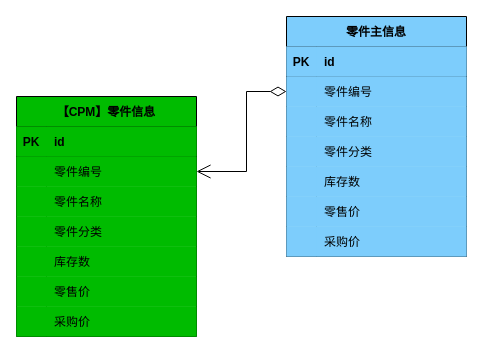
Before: page "聚合根" (4 of 4) of 零件主信息.drawio in 1132489442/gitRepository1, a draw.io diagram. Source tidied: cells renumbered, new cells numbered last; positions are measured from the earlier drawing's top-left corner, leaving out a move shared by most shapes. Both pictures are drawn from the tidied source at 100%, with x=0, y=0 at pixel (16, 16).
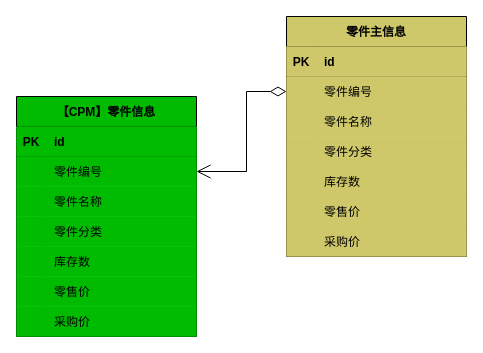
The same diagram, later.

Commit message:
更新零件主信息.drawio

The edit, as a diff of the source:
```diff
@@
-    <mxCell id="2" value="零件主信息" style="shape=table;startSize=30;childLayout=tableLayout;rowLines=0;fontStyle=1;align=center;fillColor=#7DCDFC;" parent="1" vertex="1">
+    <mxCell id="2" value="零件主信息" style="shape=table;startSize=30;childLayout=tableLayout;rowLines=0;fontStyle=1;align=center;fillColor=#CFC86B;" parent="1" vertex="1">
       <mxGeometry x="270" width="180" height="240" as="geometry" />
     </mxCell>
-    <mxCell id="3" style="shape=tableRow;horizontal=0;startSize=0;swimlaneHead=0;swimlaneBody=0;fillColor=#7DCDFC;top=0;left=0;right=0;bottom=1;" parent="2" vertex="1">
+    <mxCell id="3" style="shape=tableRow;horizontal=0;startSize=0;swimlaneHead=0;swimlaneBody=0;fillColor=#CFC86B;top=0;left=0;right=0;bottom=1;" parent="2" vertex="1">
       <mxGeometry y="30" width="180" height="30" as="geometry" />
     </mxCell>
-    <mxCell id="4" value="PK" style="shape=partialRectangle;fillColor=#7DCDFC;top=0;left=0;bottom=0;right=0;fontStyle=1;overflow=hidden;" parent="3" vertex="1">
+    <mxCell id="4" value="PK" style="shape=partialRectangle;fillColor=#CFC86B;top=0;left=0;bottom=0;right=0;fontStyle=1;overflow=hidden;" parent="3" vertex="1">
       <mxGeometry width="30" height="30" as="geometry" />
     </mxCell>
-    <mxCell id="5" value="id" style="shape=partialRectangle;fillColor=#7DCDFC;top=0;left=0;bottom=0;right=0;align=left;spacingLeft=6;fontStyle=1;overflow=hidden;" parent="3" vertex="1">
+    <mxCell id="5" value="id" style="shape=partialRectangle;fillColor=#CFC86B;top=0;left=0;bottom=0;right=0;align=left;spacingLeft=6;fontStyle=1;overflow=hidden;" parent="3" vertex="1">
       <mxGeometry x="30" width="150" height="30" as="geometry" />
     </mxCell>
-    <mxCell id="6" style="shape=tableRow;horizontal=0;startSize=0;swimlaneHead=0;swimlaneBody=0;fillColor=#7DCDFC;points=[[0,0.5],[1,0.5]];portConstraint=eastwest;top=0;left=0;right=0;bottom=0;" parent="2" vertex="1">
+    <mxCell id="6" style="shape=tableRow;horizontal=0;startSize=0;swimlaneHead=0;swimlaneBody=0;fillColor=#CFC86B;points=[[0,0.5],[1,0.5]];portConstraint=eastwest;top=0;left=0;right=0;bottom=0;" parent="2" vertex="1">
       <mxGeometry y="60" width="180" height="30" as="geometry" />
     </mxCell>
-    <mxCell id="7" style="shape=partialRectangle;fillColor=#7DCDFC;top=0;left=0;bottom=0;right=0;overflow=hidden;" parent="6" vertex="1">
+    <mxCell id="7" style="shape=partialRectangle;fillColor=#CFC86B;top=0;left=0;bottom=0;right=0;overflow=hidden;" parent="6" vertex="1">
       <mxGeometry width="30" height="30" as="geometry" />
     </mxCell>
-    <mxCell id="8" value="零件编号" style="shape=partialRectangle;fillColor=#7DCDFC;top=0;left=0;bottom=0;right=0;align=left;spacingLeft=6;overflow=hidden;" parent="6" vertex="1">
+    <mxCell id="8" value="零件编号" style="shape=partialRectangle;fillColor=#CFC86B;top=0;left=0;bottom=0;right=0;align=left;spacingLeft=6;overflow=hidden;" parent="6" vertex="1">
       <mxGeometry x="30" width="150" height="30" as="geometry" />
     </mxCell>
-    <mxCell id="9" style="shape=tableRow;horizontal=0;startSize=0;swimlaneHead=0;swimlaneBody=0;fillColor=#7DCDFC;top=0;left=0;right=0;bottom=0;" parent="2" vertex="1">
+    <mxCell id="9" style="shape=tableRow;horizontal=0;startSize=0;swimlaneHead=0;swimlaneBody=0;fillColor=#CFC86B;top=0;left=0;right=0;bottom=0;" parent="2" vertex="1">
       <mxGeometry y="90" width="180" height="30" as="geometry" />
     </mxCell>
-    <mxCell id="10" style="shape=partialRectangle;fillColor=#7DCDFC;top=0;left=0;bottom=0;right=0;overflow=hidden;" parent="9" vertex="1">
+    <mxCell id="10" style="shape=partialRectangle;fillColor=#CFC86B;top=0;left=0;bottom=0;right=0;overflow=hidden;" parent="9" vertex="1">
       <mxGeometry width="30" height="30" as="geometry" />
     </mxCell>
-    <mxCell id="11" value="零件名称    " style="shape=partialRectangle;fillColor=#7DCDFC;top=0;left=0;bottom=0;right=0;align=left;spacingLeft=6;overflow=hidden;" parent="9" vertex="1">
+    <mxCell id="11" value="零件名称    " style="shape=partialRectangle;fillColor=#CFC86B;top=0;left=0;bottom=0;right=0;align=left;spacingLeft=6;overflow=hidden;" parent="9" vertex="1">
       <mxGeometry x="30" width="150" height="30" as="geometry" />
     </mxCell>
-    <mxCell id="12" style="shape=tableRow;horizontal=0;startSize=0;swimlaneHead=0;swimlaneBody=0;fillColor=#7DCDFC;top=0;left=0;right=0;bottom=0;" parent="2" vertex="1">
+    <mxCell id="12" style="shape=tableRow;horizontal=0;startSize=0;swimlaneHead=0;swimlaneBody=0;fillColor=#CFC86B;top=0;left=0;right=0;bottom=0;" parent="2" vertex="1">
       <mxGeometry y="120" width="180" height="30" as="geometry" />
     </mxCell>
-    <mxCell id="13" style="shape=partialRectangle;fillColor=#7DCDFC;top=0;left=0;bottom=0;right=0;overflow=hidden;" parent="12" vertex="1">
+    <mxCell id="13" style="shape=partialRectangle;fillColor=#CFC86B;top=0;left=0;bottom=0;right=0;overflow=hidden;" parent="12" vertex="1">
       <mxGeometry width="30" height="30" as="geometry" />
     </mxCell>
-    <mxCell id="14" value="零件分类" style="shape=partialRectangle;fillColor=#7DCDFC;top=0;left=0;bottom=0;right=0;align=left;spacingLeft=6;overflow=hidden;" parent="12" vertex="1">
+    <mxCell id="14" value="零件分类" style="shape=partialRectangle;fillColor=#CFC86B;top=0;left=0;bottom=0;right=0;align=left;spacingLeft=6;overflow=hidden;" parent="12" vertex="1">
       <mxGeometry x="30" width="150" height="30" as="geometry" />
     </mxCell>
-    <mxCell id="15" style="shape=tableRow;horizontal=0;startSize=0;swimlaneHead=0;swimlaneBody=0;fillColor=#7DCDFC;top=0;left=0;right=0;bottom=0;" parent="2" vertex="1">
+    <mxCell id="15" style="shape=tableRow;horizontal=0;startSize=0;swimlaneHead=0;swimlaneBody=0;fillColor=#CFC86B;top=0;left=0;right=0;bottom=0;" parent="2" vertex="1">
       <mxGeometry y="150" width="180" height="30" as="geometry" />
     </mxCell>
-    <mxCell id="16" style="shape=partialRectangle;fillColor=#7DCDFC;top=0;left=0;bottom=0;right=0;overflow=hidden;" parent="15" vertex="1">
+    <mxCell id="16" style="shape=partialRectangle;fillColor=#CFC86B;top=0;left=0;bottom=0;right=0;overflow=hidden;" parent="15" vertex="1">
       <mxGeometry width="30" height="30" as="geometry" />
     </mxCell>
-    <mxCell id="17" value="库存数" style="shape=partialRectangle;fillColor=#7DCDFC;top=0;left=0;bottom=0;right=0;align=left;spacingLeft=6;overflow=hidden;" parent="15" vertex="1">
+    <mxCell id="17" value="库存数" style="shape=partialRectangle;fillColor=#CFC86B;top=0;left=0;bottom=0;right=0;align=left;spacingLeft=6;overflow=hidden;" parent="15" vertex="1">
       <mxGeometry x="30" width="150" height="30" as="geometry" />
     </mxCell>
-    <mxCell id="18" style="shape=tableRow;horizontal=0;startSize=0;swimlaneHead=0;swimlaneBody=0;fillColor=#7DCDFC;top=0;left=0;right=0;bottom=0;" parent="2" vertex="1">
+    <mxCell id="18" style="shape=tableRow;horizontal=0;startSize=0;swimlaneHead=0;swimlaneBody=0;fillColor=#CFC86B;top=0;left=0;right=0;bottom=0;" parent="2" vertex="1">
       <mxGeometry y="180" width="180" height="30" as="geometry" />
     </mxCell>
-    <mxCell id="19" style="shape=partialRectangle;fillColor=#7DCDFC;top=0;left=0;bottom=0;right=0;overflow=hidden;" parent="18" vertex="1">
+    <mxCell id="19" style="shape=partialRectangle;fillColor=#CFC86B;top=0;left=0;bottom=0;right=0;overflow=hidden;" parent="18" vertex="1">
       <mxGeometry width="30" height="30" as="geometry" />
     </mxCell>
-    <mxCell id="20" value="零售价" style="shape=partialRectangle;fillColor=#7DCDFC;top=0;left=0;bottom=0;right=0;align=left;spacingLeft=6;overflow=hidden;" parent="18" vertex="1">
+    <mxCell id="20" value="零售价" style="shape=partialRectangle;fillColor=#CFC86B;top=0;left=0;bottom=0;right=0;align=left;spacingLeft=6;overflow=hidden;" parent="18" vertex="1">
       <mxGeometry x="30" width="150" height="30" as="geometry" />
     </mxCell>
-    <mxCell id="21" style="shape=tableRow;horizontal=0;startSize=0;swimlaneHead=0;swimlaneBody=0;fillColor=#7DCDFC;top=0;left=0;right=0;bottom=0;" parent="2" vertex="1">
+    <mxCell id="21" style="shape=tableRow;horizontal=0;startSize=0;swimlaneHead=0;swimlaneBody=0;fillColor=#CFC86B;top=0;left=0;right=0;bottom=0;" parent="2" vertex="1">
       <mxGeometry y="210" width="180" height="30" as="geometry" />
     </mxCell>
-    <mxCell id="22" style="shape=partialRectangle;fillColor=#7DCDFC;top=0;left=0;bottom=0;right=0;overflow=hidden;" parent="21" vertex="1">
+    <mxCell id="22" style="shape=partialRectangle;fillColor=#CFC86B;top=0;left=0;bottom=0;right=0;overflow=hidden;" parent="21" vertex="1">
       <mxGeometry width="30" height="30" as="geometry" />
     </mxCell>
-    <mxCell id="23" value="采购价" style="shape=partialRectangle;fillColor=#7DCDFC;top=0;left=0;bottom=0;right=0;align=left;spacingLeft=6;overflow=hidden;" parent="21" vertex="1">
+    <mxCell id="23" value="采购价" style="shape=partialRectangle;fillColor=#CFC86B;top=0;left=0;bottom=0;right=0;align=left;spacingLeft=6;overflow=hidden;" parent="21" vertex="1">
       <mxGeometry x="30" width="150" height="30" as="geometry" />
     </mxCell>
```
